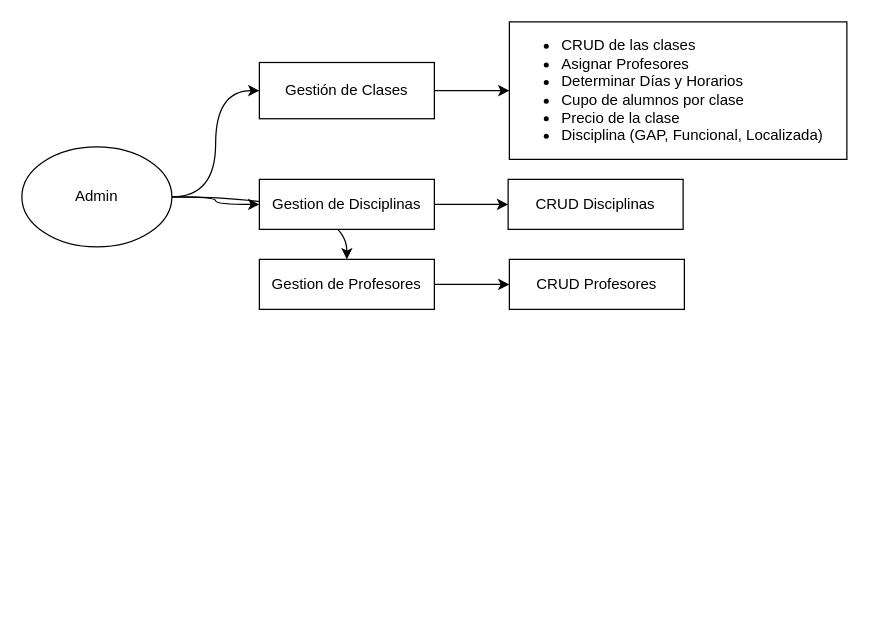
Earlier version of the draw.io diagram Documentación/Funcionalidades.drawio (AlejandroMFe/devlights-bootcamp). Source tidied: cells renumbered, new cells numbered last; positions are measured from the earlier drawing's top-left corner, leaving out a move shared by most shapes. Both pictures are drawn from the tidied source at 125%, with x=0, y=0 at pixel (21, 21).
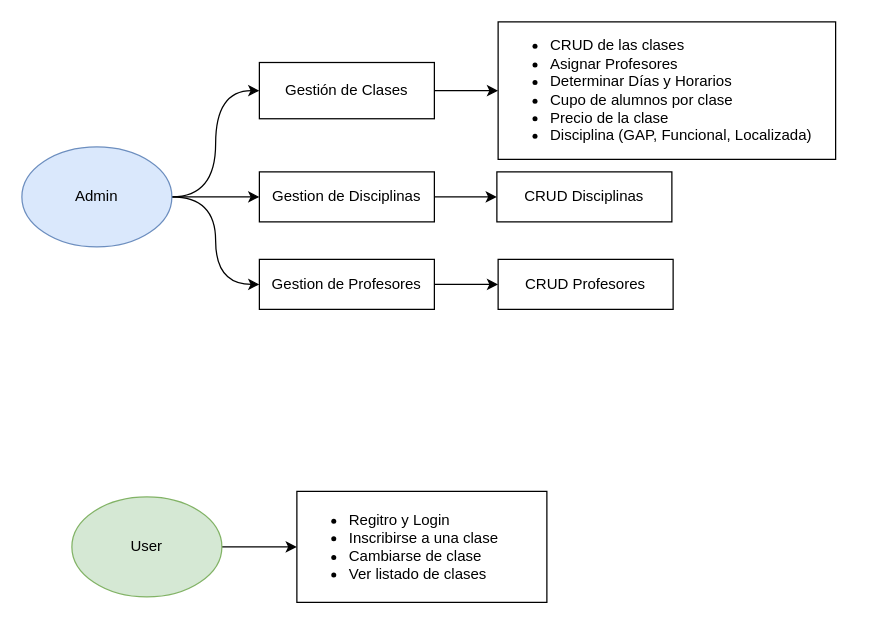
The same page after the edit.

Change to the diagram source:
```diff
@@
 <mxGraphModel>
   <root>
     <mxCell id="0" />
     <mxCell id="1" parent="0" />
     <mxCell id="2" style="edgeStyle=orthogonalEdgeStyle;rounded=0;jettySize=auto;html=1;curved=1;entryX=0;entryY=0.5;entryDx=0;entryDy=0;exitX=1;exitY=0.5;exitDx=0;exitDy=0;" parent="1" edge="1" source="5" target="7">
       <mxGeometry relative="1" as="geometry" />
     </mxCell>
-    <mxCell id="3" style="edgeStyle=orthogonalEdgeStyle;rounded=0;jettySize=auto;html=1;curved=1;exitX=1;exitY=0.5;exitDx=0;exitDy=0;" parent="1" edge="1" source="5" target="9">
+    <mxCell id="3" style="edgeStyle=orthogonalEdgeStyle;rounded=0;jettySize=auto;html=1;curved=1;exitX=1;exitY=0.5;exitDx=0;exitDy=0;entryX=0;entryY=0.5;entryDx=0;entryDy=0;" parent="1" edge="1" source="5" target="9">
       <mxGeometry relative="1" as="geometry" />
     </mxCell>
     <mxCell id="4" style="edgeStyle=orthogonalEdgeStyle;curved=1;rounded=0;jettySize=auto;html=1;entryX=0;entryY=0.5;entryDx=0;entryDy=0;exitX=1;exitY=0.5;exitDx=0;exitDy=0;" parent="1" edge="1" source="5" target="12">
       <mxGeometry relative="1" as="geometry" />
     </mxCell>
-    <mxCell id="5" value="Admin" style="ellipse;whiteSpace=wrap;html=1;" parent="1" vertex="1">
+    <mxCell id="5" value="Admin" style="ellipse;whiteSpace=wrap;html=1;fillColor=#dae8fc;strokeColor=#6c8ebf;" parent="1" vertex="1">
       <mxGeometry y="100" width="120" height="80" as="geometry" />
     </mxCell>
     <mxCell id="6" style="edgeStyle=orthogonalEdgeStyle;curved=1;rounded=0;jettySize=auto;html=1;" parent="1" edge="1" source="7" target="10">
       <mxGeometry relative="1" as="geometry" />
     </mxCell>
     <mxCell id="7" value="Gestión de Clases" style="whiteSpace=wrap;html=1;" parent="1" vertex="1">
       <mxGeometry x="190" y="32.5" width="140" height="45" as="geometry" />
     </mxCell>
     <mxCell id="8" style="edgeStyle=orthogonalEdgeStyle;curved=1;rounded=0;jettySize=auto;html=1;" parent="1" edge="1" source="9" target="14">
       <mxGeometry relative="1" as="geometry" />
     </mxCell>
     <mxCell id="9" value="Gestion de Profesores" style="whiteSpace=wrap;html=1;" parent="1" vertex="1">
       <mxGeometry x="190" y="190" width="140" height="40" as="geometry" />
     </mxCell>
     <mxCell id="10" value="&lt;ul&gt;&lt;li&gt;CRUD de las clases&lt;/li&gt;&lt;li&gt;Asignar Profesores&lt;/li&gt;&lt;li&gt;Determinar Días y Horarios&lt;/li&gt;&lt;li&gt;&lt;span style=&quot;background-color: initial;&quot;&gt;Cupo de alumnos por clase&lt;/span&gt;&lt;/li&gt;&lt;li&gt;&lt;span style=&quot;background-color: initial;&quot;&gt;Precio de la clase&lt;/span&gt;&lt;/li&gt;&lt;li&gt;Disciplina (GAP, Funcional, Localizada)&lt;/li&gt;&lt;/ul&gt;" style="whiteSpace=wrap;html=1;align=left;" parent="1" vertex="1">
-      <mxGeometry x="390" width="270" height="110" as="geometry" />
+      <mxGeometry x="381" width="270" height="110" as="geometry" />
     </mxCell>
     <mxCell id="11" style="edgeStyle=orthogonalEdgeStyle;curved=1;rounded=0;jettySize=auto;html=1;" parent="1" edge="1" source="12" target="13">
       <mxGeometry relative="1" as="geometry" />
     </mxCell>
     <mxCell id="12" value="Gestion de Disciplinas" style="whiteSpace=wrap;html=1;" parent="1" vertex="1">
-      <mxGeometry x="190" y="126" width="140" height="40" as="geometry" />
+      <mxGeometry x="190" y="120" width="140" height="40" as="geometry" />
     </mxCell>
     <mxCell id="13" value="CRUD Disciplinas" style="whiteSpace=wrap;html=1;" parent="1" vertex="1">
-      <mxGeometry x="389" y="126" width="140" height="40" as="geometry" />
+      <mxGeometry x="380" y="120" width="140" height="40" as="geometry" />
     </mxCell>
     <mxCell id="14" value="CRUD Profesores" style="whiteSpace=wrap;html=1;" parent="1" vertex="1">
-      <mxGeometry x="390" y="190" width="140" height="40" as="geometry" />
+      <mxGeometry x="381" y="190" width="140" height="40" as="geometry" />
     </mxCell>
+    <mxCell id="15" style="edgeStyle=orthogonalEdgeStyle;curved=1;rounded=0;jettySize=auto;html=1;" parent="1" edge="1" source="16" target="17">
+      <mxGeometry relative="1" as="geometry" />
+    </mxCell>
+    <mxCell id="16" value="User" style="ellipse;whiteSpace=wrap;html=1;fillColor=#d5e8d4;strokeColor=#82b366;" parent="1" vertex="1">
+      <mxGeometry x="40" y="380" width="120" height="80" as="geometry" />
+    </mxCell>
+    <mxCell id="17" value="&lt;ul&gt;&lt;li&gt;Regitro y Login&lt;/li&gt;&lt;li&gt;Inscribirse a una clase&lt;/li&gt;&lt;li&gt;Cambiarse de clase&lt;/li&gt;&lt;li&gt;Ver listado de clases&lt;/li&gt;&lt;/ul&gt;" style="whiteSpace=wrap;html=1;align=left;" parent="1" vertex="1">
+      <mxGeometry x="220" y="375.6" width="200" height="88.8" as="geometry" />
+    </mxCell>
   </root>
 </mxGraphModel>
```
